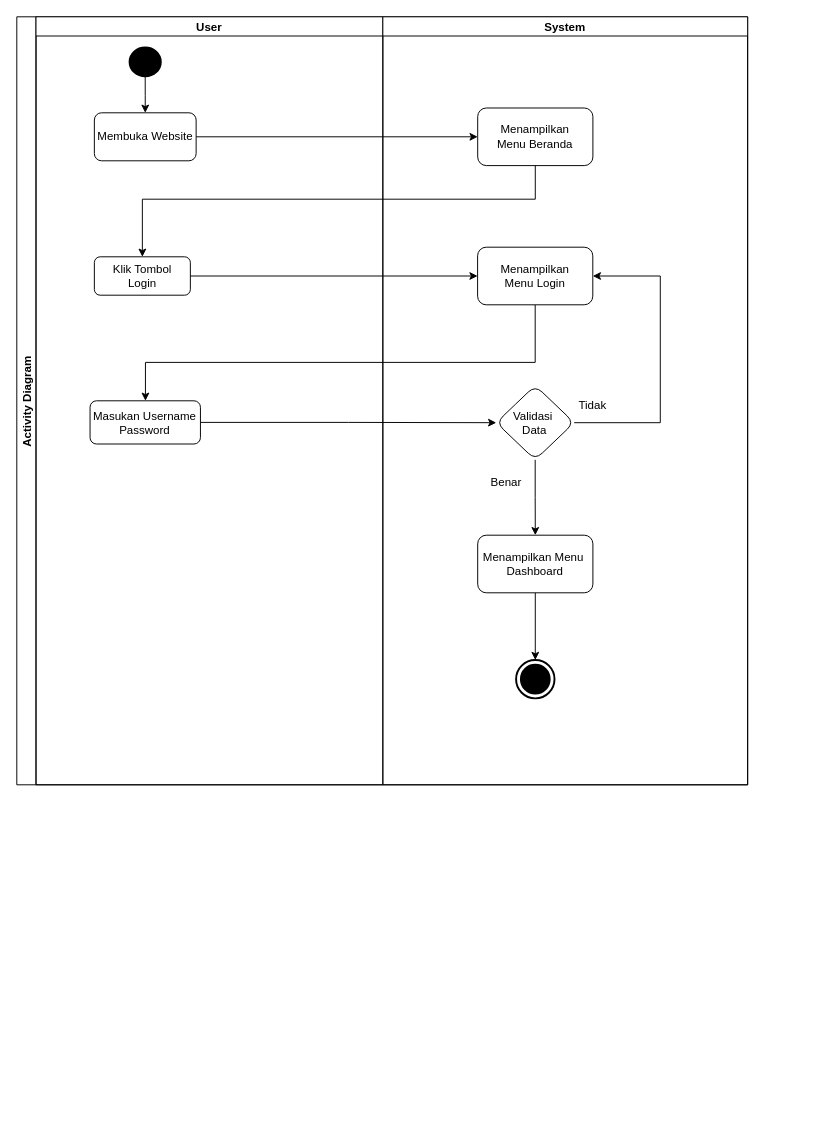
Before: Activity Diagram Login.drawio in abdraiin/Sistem-Rekomendasi-Konten, a draw.io diagram. Source tidied: cells renumbered, new cells numbered last; positions are measured from the earlier drawing's top-left corner, leaving out a move shared by most shapes. Both pictures are drawn from the tidied source at 96%, with x=0, y=0 at pixel (16, 16).
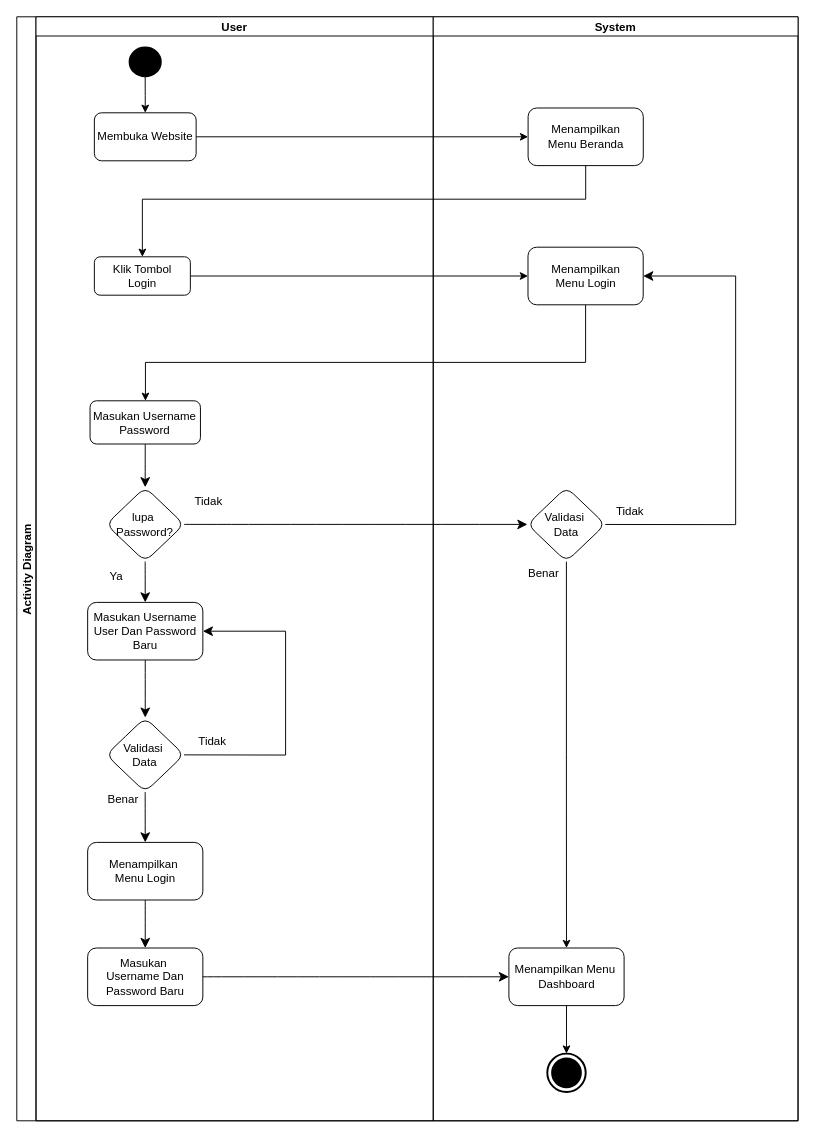
The same page after the edit.

Unchanged cells that the change refers to:
```xml
<mxCell id="8" value="Klik Tombol&lt;div&gt;Login&lt;/div&gt;" style="rounded=1;whiteSpace=wrap;html=1;" parent="4" vertex="1">
  <mxGeometry x="60.8" y="250" width="100" height="40" as="geometry" />
</mxCell>
<mxCell id="9" value="Masukan Username&lt;div&gt;Password&lt;/div&gt;" style="whiteSpace=wrap;html=1;rounded=1;" parent="4" vertex="1">
  <mxGeometry x="56.3" y="400" width="115" height="45" as="geometry" />
</mxCell>
<mxCell id="13" value="Menampilkan&lt;div&gt;Menu Beranda&lt;/div&gt;" style="rounded=1;whiteSpace=wrap;html=1;" parent="12" vertex="1">
  <mxGeometry x="98.8" y="95" width="120" height="60" as="geometry" />
</mxCell>
<mxCell id="14" value="Menampilkan&lt;div&gt;Menu Login&lt;/div&gt;" style="whiteSpace=wrap;html=1;rounded=1;" parent="12" vertex="1">
  <mxGeometry x="98.7" y="240" width="120" height="60" as="geometry" />
</mxCell>
```

What changed in the source:
```diff
@@
     <mxCell id="2" value="Activity Diagram" style="swimlane;startSize=20;horizontal=0;" parent="1" vertex="1">
-      <mxGeometry width="761.3" height="800" as="geometry" />
+      <mxGeometry width="813.8" height="1150" as="geometry" />
     </mxCell>
@@
+    <mxCell id="10" style="edgeStyle=orthogonalEdgeStyle;rounded=0;jettySize=auto;html=1;" parent="2" edge="1" source="8" target="14">
+      <mxGeometry relative="1" as="geometry" />
+    </mxCell>
+    <mxCell id="11" style="edgeStyle=orthogonalEdgeStyle;rounded=0;jettySize=auto;html=1;" parent="2" edge="1" source="14" target="9">
+      <mxGeometry relative="1" as="geometry">
+        <Array as="points">
+          <mxPoint x="592" y="360" />
+          <mxPoint x="134" y="360" />
+        </Array>
+      </mxGeometry>
+    </mxCell>
     <mxCell id="4" value="User" style="swimlane;startSize=20;" parent="2" vertex="1">
-      <mxGeometry x="20" width="361.3" height="800" as="geometry" />
+      <mxGeometry x="20" width="413.8" height="1150" as="geometry" />
     </mxCell>
@@
+    <mxCell id="25" style="edgeStyle=none;curved=1;rounded=0;jettySize=auto;html=1;fontSize=12;startSize=8;endSize=8;" parent="4" edge="1" source="9" target="27">
+      <mxGeometry relative="1" as="geometry" />
+    </mxCell>
@@
-    <mxCell id="10" style="edgeStyle=orthogonalEdgeStyle;rounded=0;jettySize=auto;html=1;" parent="2" edge="1" source="8" target="14">
-      <mxGeometry relative="1" as="geometry" />
-    </mxCell>
-    <mxCell id="11" style="edgeStyle=orthogonalEdgeStyle;rounded=0;jettySize=auto;html=1;" parent="2" edge="1" source="14" target="9">
-      <mxGeometry relative="1" as="geometry">
-        <Array as="points">
-          <mxPoint x="540" y="360" />
-          <mxPoint x="134" y="360" />
-        </Array>
-      </mxGeometry>
-    </mxCell>
+    <mxCell id="26" style="edgeStyle=none;curved=1;rounded=0;jettySize=auto;html=1;fontSize=12;startSize=8;endSize=8;" parent="4" edge="1" source="27" target="30">
+      <mxGeometry relative="1" as="geometry" />
+    </mxCell>
+    <mxCell id="27" value="lupa&amp;nbsp;&lt;div&gt;Password?&lt;/div&gt;" style="rhombus;whiteSpace=wrap;html=1;rounded=1;" parent="4" vertex="1">
+      <mxGeometry x="73.1" y="490" width="81.2" height="77.5" as="geometry" />
+    </mxCell>
+    <mxCell id="28" value="Tidak" style="text;html=1;whiteSpace=wrap;strokeColor=none;fillColor=none;align=center;verticalAlign=middle;rounded=0;" parent="4" vertex="1">
+      <mxGeometry x="150" y="490" width="60" height="30" as="geometry" />
+    </mxCell>
+    <mxCell id="29" style="edgeStyle=none;curved=1;rounded=0;jettySize=auto;html=1;fontSize=12;startSize=8;endSize=8;" parent="4" edge="1" source="30">
+      <mxGeometry relative="1" as="geometry">
+        <mxPoint x="113.8" y="730" as="targetPoint" />
+      </mxGeometry>
+    </mxCell>
+    <mxCell id="30" value="Masukan Username User Dan Password Baru" style="whiteSpace=wrap;html=1;rounded=1;" parent="4" vertex="1">
+      <mxGeometry x="53.8" y="610" width="120" height="60" as="geometry" />
+    </mxCell>
+    <mxCell id="31" style="edgeStyle=none;curved=1;rounded=0;jettySize=auto;html=1;fontSize=12;startSize=8;endSize=8;" parent="4" edge="1" source="33" target="35">
+      <mxGeometry relative="1" as="geometry" />
+    </mxCell>
+    <mxCell id="32" style="rounded=0;jettySize=auto;html=1;fontSize=12;startSize=8;endSize=8;entryX=1;entryY=0.5;entryDx=0;entryDy=0;" parent="4" edge="1" source="33" target="30">
+      <mxGeometry relative="1" as="geometry">
+        <Array as="points">
+          <mxPoint x="260" y="769" />
+          <mxPoint x="260" y="640" />
+        </Array>
+      </mxGeometry>
+    </mxCell>
+    <mxCell id="33" value="Validasi&amp;nbsp;&lt;div&gt;Data&lt;/div&gt;" style="rhombus;whiteSpace=wrap;html=1;rounded=1;" parent="4" vertex="1">
+      <mxGeometry x="73.1" y="730" width="81.2" height="77.5" as="geometry" />
+    </mxCell>
+    <mxCell id="34" style="edgeStyle=none;curved=1;rounded=0;jettySize=auto;html=1;fontSize=12;startSize=8;endSize=8;" parent="4" edge="1" source="35" target="39">
+      <mxGeometry relative="1" as="geometry" />
+    </mxCell>
+    <mxCell id="35" value="Menampilkan&amp;nbsp;&lt;div&gt;Menu Login&lt;/div&gt;" style="whiteSpace=wrap;html=1;rounded=1;" parent="4" vertex="1">
+      <mxGeometry x="53.8" y="860" width="120" height="60" as="geometry" />
+    </mxCell>
+    <mxCell id="36" value="Ya" style="text;html=1;whiteSpace=wrap;strokeColor=none;fillColor=none;align=center;verticalAlign=middle;rounded=0;" parent="4" vertex="1">
+      <mxGeometry x="53.8" y="567.5" width="60" height="30" as="geometry" />
+    </mxCell>
+    <mxCell id="37" value="Benar" style="text;html=1;whiteSpace=wrap;strokeColor=none;fillColor=none;align=center;verticalAlign=middle;rounded=0;" parent="4" vertex="1">
+      <mxGeometry x="60.8" y="800" width="60" height="30" as="geometry" />
+    </mxCell>
+    <mxCell id="38" value="Tidak" style="text;html=1;whiteSpace=wrap;strokeColor=none;fillColor=none;align=center;verticalAlign=middle;rounded=0;" parent="4" vertex="1">
+      <mxGeometry x="154.4" y="740" width="60" height="30" as="geometry" />
+    </mxCell>
+    <mxCell id="39" value="Masukan&amp;nbsp;&lt;div&gt;Username Dan&lt;/div&gt;&lt;div&gt;Password Baru&lt;/div&gt;" style="whiteSpace=wrap;html=1;rounded=1;" parent="4" vertex="1">
+      <mxGeometry x="53.8" y="970" width="120" height="60" as="geometry" />
+    </mxCell>
+    <mxCell id="23" style="edgeStyle=orthogonalEdgeStyle;rounded=0;jettySize=auto;html=1;entryX=0.5;entryY=0;entryDx=0;entryDy=0;" parent="2" edge="1" source="13" target="8">
+      <mxGeometry relative="1" as="geometry">
+        <Array as="points">
+          <mxPoint x="592" y="190" />
+          <mxPoint x="131" y="190" />
+        </Array>
+      </mxGeometry>
+    </mxCell>
+    <mxCell id="40" style="edgeStyle=none;curved=1;rounded=0;jettySize=auto;html=1;fontSize=12;startSize=8;endSize=8;entryX=0;entryY=0.5;entryDx=0;entryDy=0;" parent="2" edge="1" source="27" target="18">
+      <mxGeometry relative="1" as="geometry" />
+    </mxCell>
     <mxCell id="12" value="System" style="swimlane;startSize=20;" parent="2" vertex="1">
-      <mxGeometry x="381.3" width="380" height="800" as="geometry" />
+      <mxGeometry x="433.8" width="380" height="1150" as="geometry" />
     </mxCell>
@@
     <mxCell id="15" style="html=1;shape=mxgraph.sysml.actFinal;strokeWidth=2;verticalLabelPosition=bottom;verticalAlignment=top;" parent="12" vertex="1">
-      <mxGeometry x="138.8" y="670" width="40" height="40" as="geometry" />
+      <mxGeometry x="118.8" y="1080" width="40" height="40" as="geometry" />
     </mxCell>
@@
-    <mxCell id="17" style="edgeStyle=orthogonalEdgeStyle;rounded=0;jettySize=auto;html=1;entryX=1;entryY=0.5;entryDx=0;entryDy=0;" parent="12" edge="1" source="18" target="14">
+    <mxCell id="17" style="rounded=0;jettySize=auto;html=1;fontSize=12;startSize=8;endSize=8;entryX=1;entryY=0.5;entryDx=0;entryDy=0;" parent="12" edge="1" source="18" target="14">
       <mxGeometry relative="1" as="geometry">
         <Array as="points">
-          <mxPoint x="289" y="423" />
-          <mxPoint x="289" y="270" />
+          <mxPoint x="315" y="529" />
+          <mxPoint x="315" y="270" />
         </Array>
       </mxGeometry>
     </mxCell>
     <mxCell id="18" value="Validasi&amp;nbsp;&lt;div&gt;Data&lt;/div&gt;" style="rhombus;whiteSpace=wrap;html=1;rounded=1;" parent="12" vertex="1">
-      <mxGeometry x="118.1" y="384" width="81.2" height="77.5" as="geometry" />
+      <mxGeometry x="98.1" y="490" width="81.2" height="77.5" as="geometry" />
     </mxCell>
@@
     <mxCell id="20" value="Menampilkan Menu&amp;nbsp;&lt;div&gt;Dashboard&lt;/div&gt;" style="whiteSpace=wrap;html=1;rounded=1;" parent="12" vertex="1">
-      <mxGeometry x="98.8" y="540" width="120" height="60" as="geometry" />
+      <mxGeometry x="78.8" y="970" width="120" height="60" as="geometry" />
     </mxCell>
     <mxCell id="21" value="Benar" style="text;html=1;whiteSpace=wrap;strokeColor=none;fillColor=none;align=center;verticalAlign=middle;rounded=0;" parent="12" vertex="1">
-      <mxGeometry x="98.8" y="470" width="60" height="30" as="geometry" />
+      <mxGeometry x="85" y="564.8" width="60" height="30" as="geometry" />
     </mxCell>
     <mxCell id="22" value="Tidak" style="text;html=1;whiteSpace=wrap;strokeColor=none;fillColor=none;align=center;verticalAlign=middle;rounded=0;" parent="12" vertex="1">
-      <mxGeometry x="188.7" y="390" width="60" height="30" as="geometry" />
+      <mxGeometry x="175" y="500" width="60" height="30" as="geometry" />
     </mxCell>
-    <mxCell id="23" style="edgeStyle=orthogonalEdgeStyle;rounded=0;jettySize=auto;html=1;entryX=0.5;entryY=0;entryDx=0;entryDy=0;" parent="2" edge="1" source="13" target="8">
-      <mxGeometry relative="1" as="geometry">
-        <Array as="points">
-          <mxPoint x="540" y="190" />
-          <mxPoint x="131" y="190" />
-        </Array>
-      </mxGeometry>
-    </mxCell>
-    <mxCell id="24" style="edgeStyle=orthogonalEdgeStyle;rounded=0;jettySize=auto;html=1;" parent="2" edge="1" source="9" target="18">
-      <mxGeometry relative="1" as="geometry" />
-    </mxCell>
+    <mxCell id="41" style="edgeStyle=none;curved=1;rounded=0;jettySize=auto;html=1;fontSize=12;startSize=8;endSize=8;entryX=0;entryY=0.5;entryDx=0;entryDy=0;" parent="2" edge="1" source="39" target="20">
+      <mxGeometry relative="1" as="geometry" />
+    </mxCell>
```
